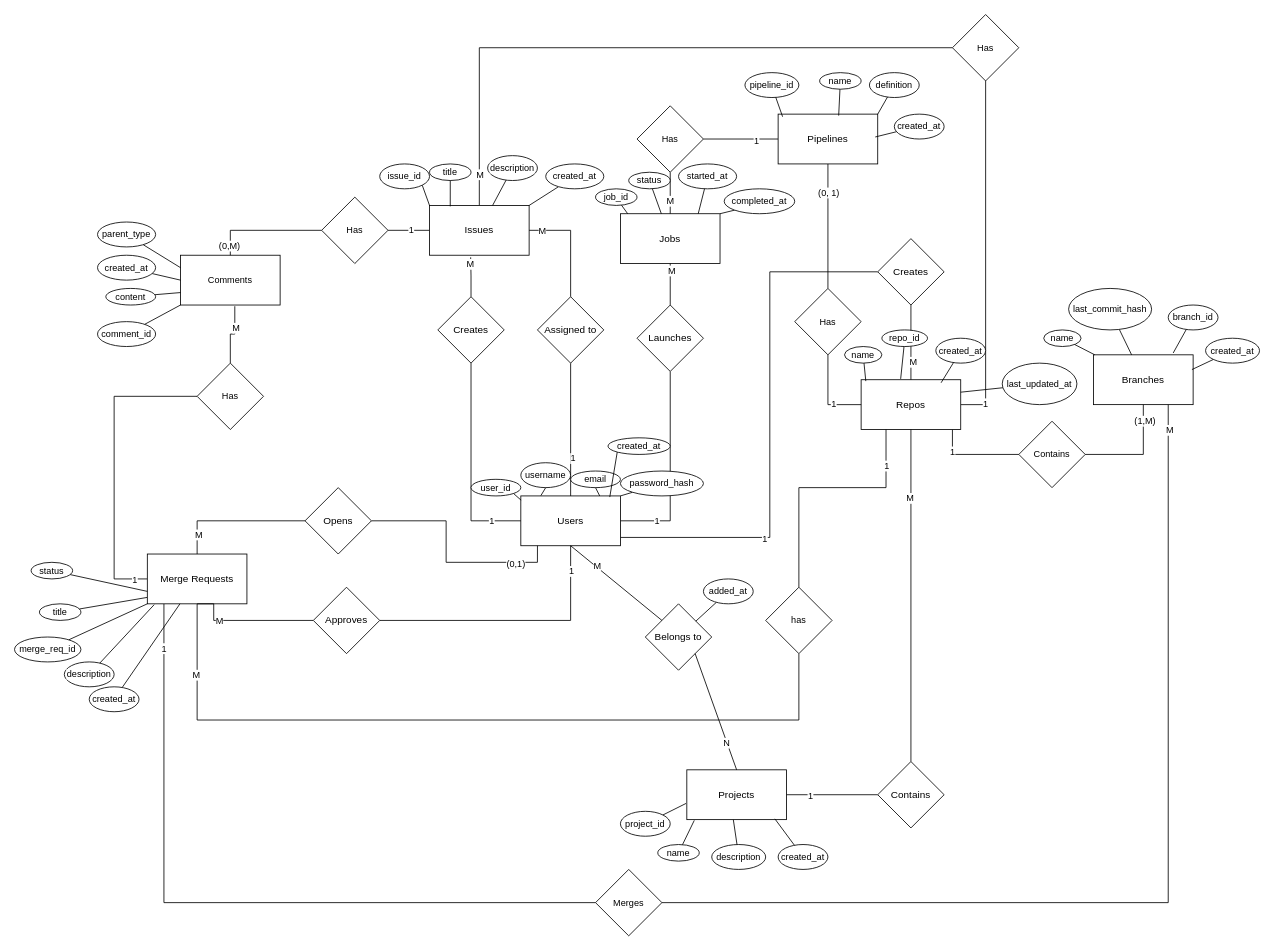
briansterle/devops-platform-db keeps this draw.io diagram as git_devops_er_diagram.drawio. Above is the earlier version. Source tidied: cells renumbered, new cells numbered last; positions are measured from the earlier drawing's top-left corner, leaving out a move shared by most shapes. Both pictures are drawn from the tidied source at 83%, with x=0, y=0 at pixel (14, 14).
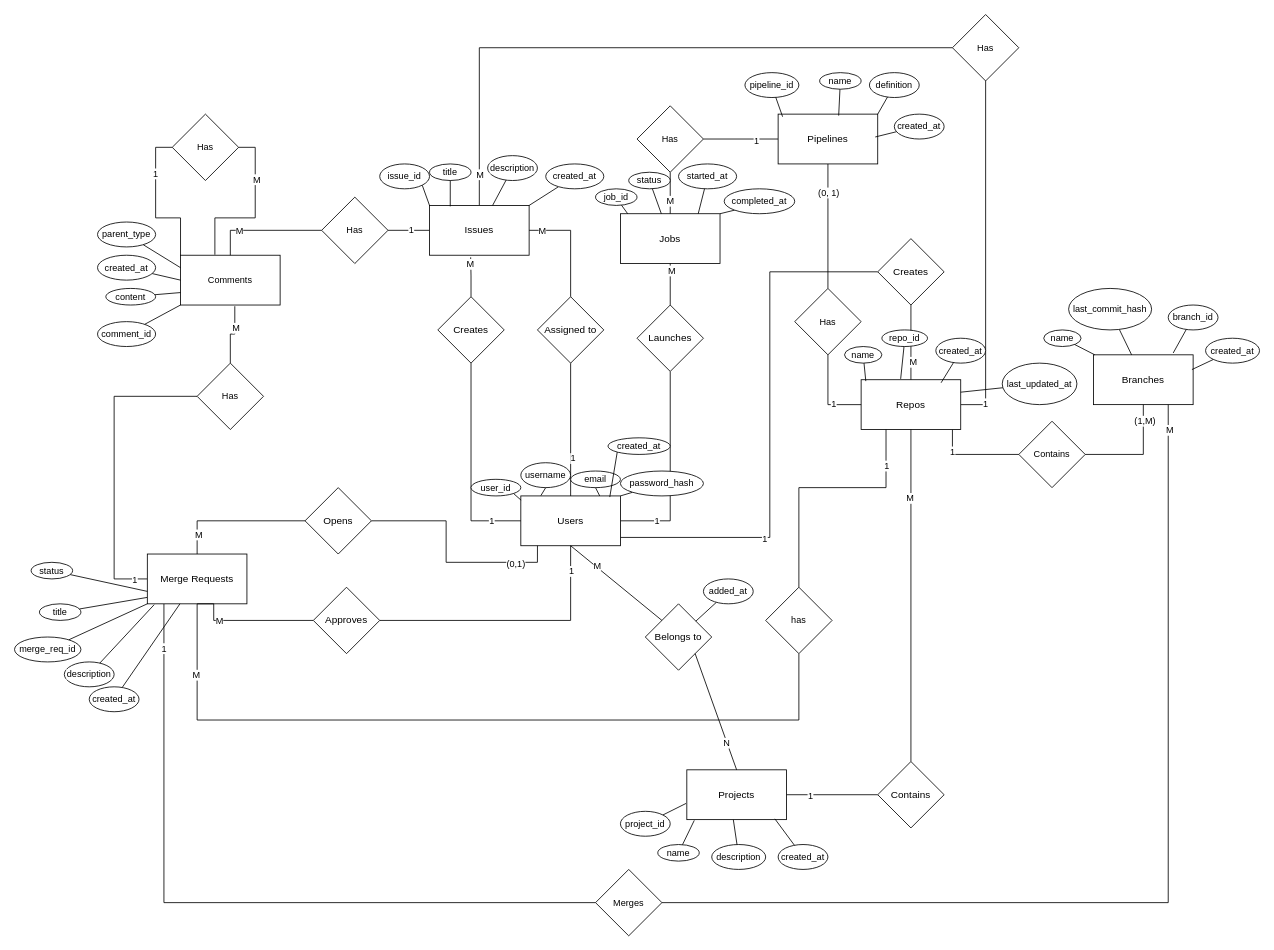
The same diagram, later.

Unchanged cells that the change refers to:
```xml
<mxCell id="78" value="Comments" style="rounded=0;whiteSpace=wrap;html=1;fontFamily=Helvetica;fontSize=11;fontColor=default;labelBackgroundColor=default;" parent="1" vertex="1">
  <mxGeometry x="200" y="290" width="120" height="60" as="geometry" />
</mxCell>
<mxCell id="79" style="edgeStyle=orthogonalEdgeStyle;shape=connector;rounded=0;jettySize=auto;html=1;entryX=0.5;entryY=0;entryDx=0;entryDy=0;strokeColor=default;align=center;verticalAlign=middle;fontFamily=Helvetica;fontSize=11;fontColor=default;labelBackgroundColor=default;endArrow=none;endFill=0;" parent="1" edge="1" source="81" target="78">
  <mxGeometry relative="1" as="geometry" />
</mxCell>
```

Diff of the diagram source:
```diff
@@
+    <mxCell id="169" style="edgeStyle=orthogonalEdgeStyle;rounded=0;jettySize=auto;html=1;exitX=0;exitY=0;exitDx=0;exitDy=0;entryX=0;entryY=0.5;entryDx=0;entryDy=0;endArrow=none;endFill=0;" parent="1" edge="1" source="78" target="171">
+      <mxGeometry relative="1" as="geometry" />
+    </mxCell>
+    <mxCell id="170" value="1" style="edgeLabel;html=1;align=center;verticalAlign=middle;" parent="169" vertex="1">
+      <mxGeometry x="0.43" y="1" relative="1" as="geometry" />
+    </mxCell>
@@
-    <mxCell id="80" value="(0,M)" style="edgeLabel;html=1;align=center;verticalAlign=middle;fontFamily=Helvetica;fontSize=11;fontColor=default;labelBackgroundColor=default;" parent="79" vertex="1">
-      <mxGeometry x="0.83" y="-2" relative="1" as="geometry" />
+    <mxCell id="80" value="M" style="edgeLabel;html=1;align=center;verticalAlign=middle;fontFamily=Helvetica;fontSize=11;fontColor=default;labelBackgroundColor=default;" parent="79" vertex="1">
+      <mxGeometry x="0.83" y="-2" relative="1" as="geometry">
+        <mxPoint x="12" y="-18" as="offset" />
+      </mxGeometry>
     </mxCell>
@@
+    <mxCell id="171" value="Has" style="rhombus;whiteSpace=wrap;html=1;fontFamily=Helvetica;fontSize=11;fontColor=default;labelBackgroundColor=default;" parent="1" vertex="1">
+      <mxGeometry x="190" y="120" width="80" height="80" as="geometry" />
+    </mxCell>
+    <mxCell id="172" style="edgeStyle=orthogonalEdgeStyle;rounded=0;jettySize=auto;html=1;exitX=1;exitY=0.5;exitDx=0;exitDy=0;entryX=0.345;entryY=-0.01;entryDx=0;entryDy=0;entryPerimeter=0;endArrow=none;endFill=0;" parent="1" edge="1" source="171" target="78">
+      <mxGeometry relative="1" as="geometry" />
+    </mxCell>
+    <mxCell id="173" value="M" style="edgeLabel;html=1;align=center;verticalAlign=middle;" parent="172" vertex="1">
+      <mxGeometry x="-0.41" y="1" relative="1" as="geometry" />
+    </mxCell>
```
